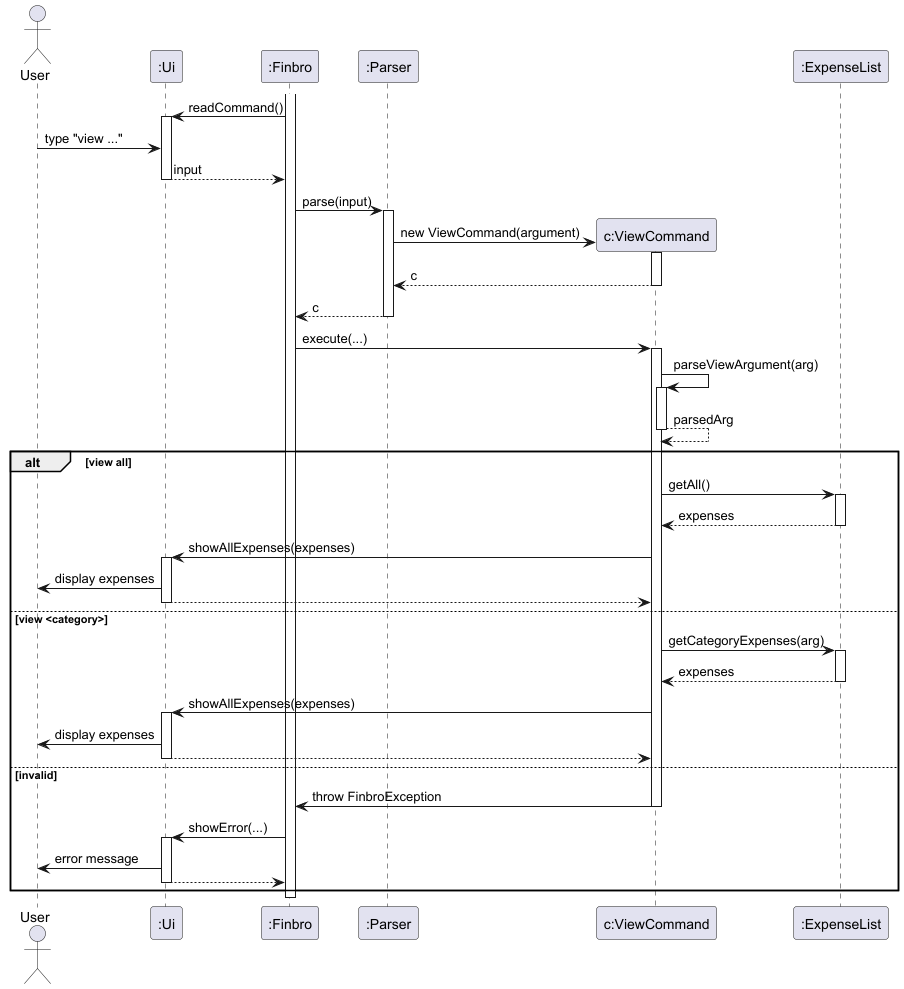
Earlier version of the PlantUML export docs/UML_diagrams/images/ViewCommand.png (zihaoalt/tp).
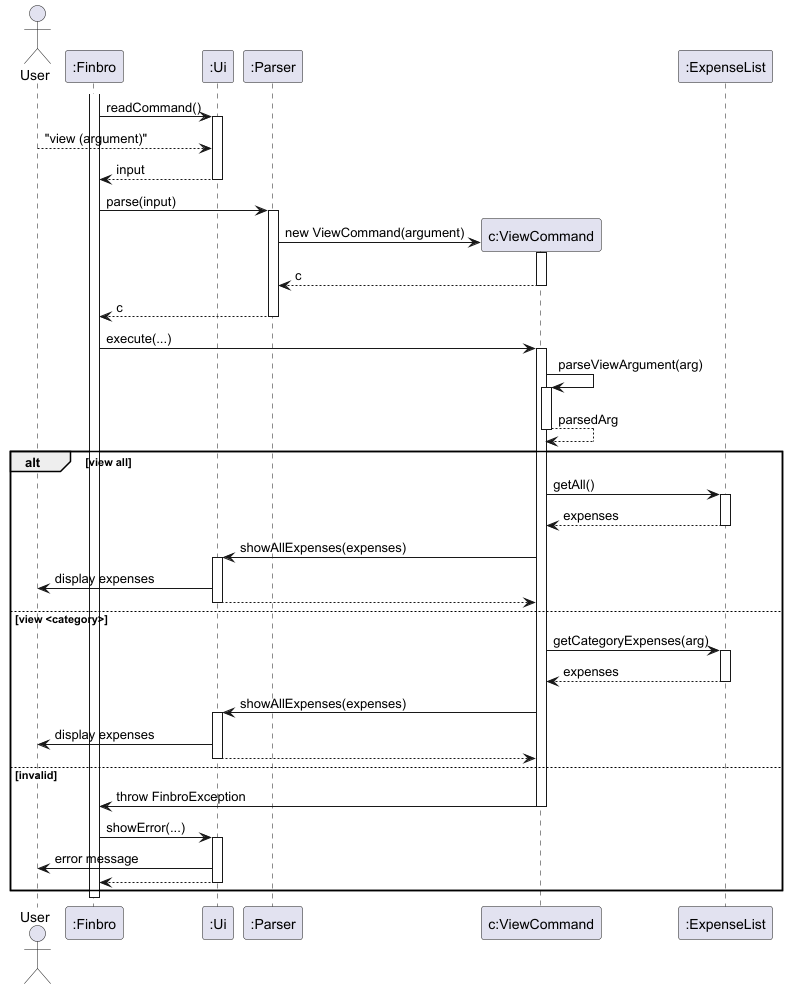
Above is the later version.

What changed in the source:
```diff
@@ -1,8 +1,8 @@
 @startuml ViewCommand
 actor User
 
+participant ":Finbro"
 participant ":Ui"
-participant ":Finbro"
 participant ":Parser"
 participant "c:ViewCommand"
 participant ":ExpenseList"
@@ -10,7 +10,7 @@
 
 activate ":Finbro"
 ":Finbro" -> ":Ui" ++ : readCommand()
-User -> ":Ui" : type "view ..."
+User --> ":Ui" : "view (argument)"
 ":Ui" --> ":Finbro" : input
 deactivate ":Ui"
 
```
